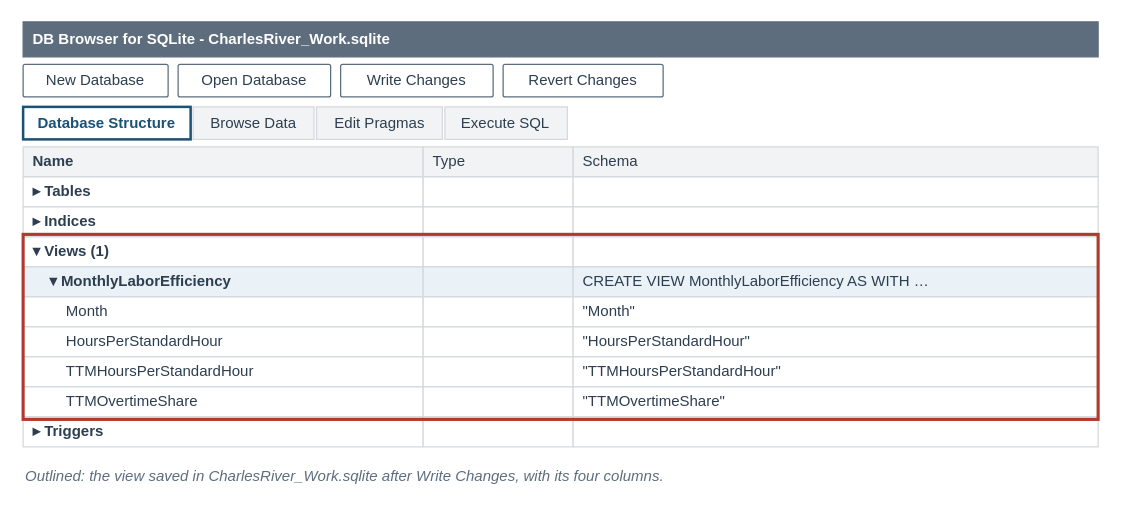
Above: visuals/src/fig-11-07-view-in-structure.drawio in mmcodesso/Accounting_Analytics_Book (draw.io), before the change. Source tidied: cells renumbered, new cells numbered last; positions are measured from the earlier drawing's top-left corner, leaving out a move shared by most shapes. Both pictures are drawn from the tidied source at 125%, with x=0, y=0 at pixel (22, 21).
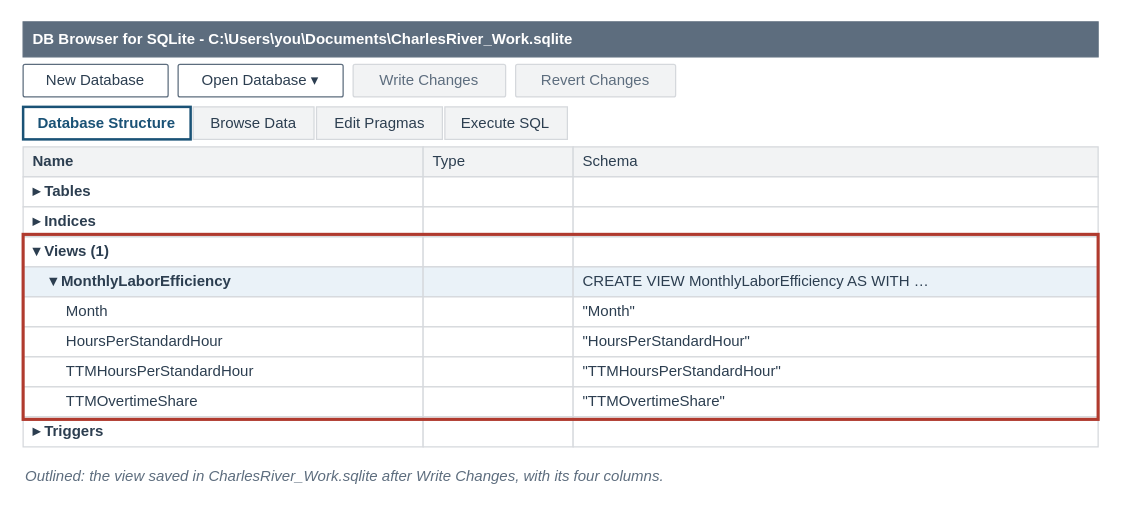
Above is the later version.

What changed in the source:
```diff
@@
-    <mxCell id="3" value="&lt;b&gt;DB Browser for SQLite - CharlesRiver_Work.sqlite&lt;/b&gt;" style="rounded=0;arcSize=6;whiteSpace=wrap;html=1;fillColor=#5D6D7E;strokeColor=#5D6D7E;strokeWidth=1;fontColor=#FFFFFF;fontSize=12;fontStyle=0;align=left;verticalAlign=middle;fontFamily=Helvetica;spacingLeft=6;spacingRight=6;" parent="1" vertex="1">
+    <mxCell id="3" value="&lt;b&gt;DB Browser for SQLite - C:\Users\you\Documents\CharlesRiver_Work.sqlite&lt;/b&gt;" style="rounded=0;arcSize=6;whiteSpace=wrap;html=1;fillColor=#5D6D7E;strokeColor=#5D6D7E;strokeWidth=1;fontColor=#FFFFFF;fontSize=12;fontStyle=0;align=left;verticalAlign=middle;fontFamily=Helvetica;spacingLeft=6;spacingRight=6;" parent="1" vertex="1">
       <mxGeometry width="860" height="28" as="geometry" />
     </mxCell>
@@
-    <mxCell id="5" value="Open Database" style="rounded=1;arcSize=6;whiteSpace=wrap;html=1;fillColor=#FFFFFF;strokeColor=#5D6D7E;strokeWidth=1;fontColor=#2C3E50;fontSize=12;fontStyle=0;align=center;verticalAlign=middle;fontFamily=Helvetica;spacingLeft=6;spacingRight=6;" parent="1" vertex="1">
-      <mxGeometry x="124" y="34" width="122" height="26" as="geometry" />
+    <mxCell id="5" value="Open Database ▾" style="rounded=1;arcSize=6;whiteSpace=wrap;html=1;fillColor=#FFFFFF;strokeColor=#5D6D7E;strokeWidth=1;fontColor=#2C3E50;fontSize=12;fontStyle=0;align=center;verticalAlign=middle;fontFamily=Helvetica;spacingLeft=6;spacingRight=6;" parent="1" vertex="1">
+      <mxGeometry x="124" y="34" width="132" height="26" as="geometry" />
     </mxCell>
-    <mxCell id="6" value="Write Changes" style="rounded=1;arcSize=6;whiteSpace=wrap;html=1;fillColor=#FFFFFF;strokeColor=#5D6D7E;strokeWidth=1;fontColor=#2C3E50;fontSize=12;fontStyle=0;align=center;verticalAlign=middle;fontFamily=Helvetica;spacingLeft=6;spacingRight=6;" parent="1" vertex="1">
-      <mxGeometry x="254" y="34" width="122" height="26" as="geometry" />
+    <mxCell id="6" value="Write Changes" style="rounded=1;arcSize=6;whiteSpace=wrap;html=1;fillColor=#F2F3F4;strokeColor=#D5D8DC;strokeWidth=1;fontColor=#5D6D7E;fontSize=12;fontStyle=0;align=center;verticalAlign=middle;fontFamily=Helvetica;spacingLeft=6;spacingRight=6;" parent="1" vertex="1">
+      <mxGeometry x="264" y="34" width="122" height="26" as="geometry" />
     </mxCell>
-    <mxCell id="7" value="Revert Changes" style="rounded=1;arcSize=6;whiteSpace=wrap;html=1;fillColor=#FFFFFF;strokeColor=#5D6D7E;strokeWidth=1;fontColor=#2C3E50;fontSize=12;fontStyle=0;align=center;verticalAlign=middle;fontFamily=Helvetica;spacingLeft=6;spacingRight=6;" parent="1" vertex="1">
-      <mxGeometry x="384" y="34" width="128" height="26" as="geometry" />
+    <mxCell id="7" value="Revert Changes" style="rounded=1;arcSize=6;whiteSpace=wrap;html=1;fillColor=#F2F3F4;strokeColor=#D5D8DC;strokeWidth=1;fontColor=#5D6D7E;fontSize=12;fontStyle=0;align=center;verticalAlign=middle;fontFamily=Helvetica;spacingLeft=6;spacingRight=6;" parent="1" vertex="1">
+      <mxGeometry x="394" y="34" width="128" height="26" as="geometry" />
     </mxCell>
```
